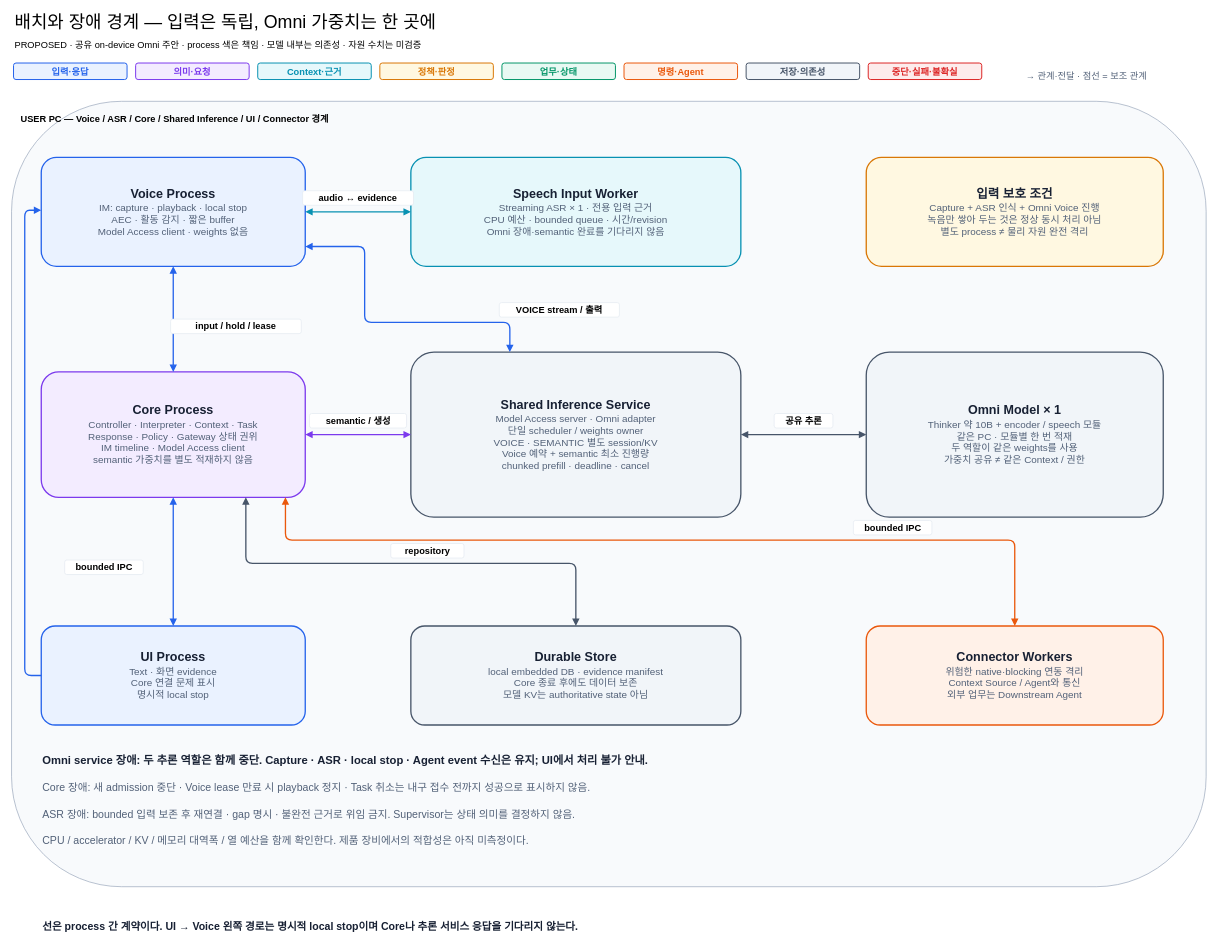
Before: docs/architecture/12-decisions/target-architecture/diagrams/06-runtime-and-fault-boundaries.drawio in cbyche/via-sw-architecture, a draw.io diagram. Source tidied: cells renumbered, new cells numbered last; positions are measured from the earlier drawing's top-left corner, leaving out a move shared by most shapes. Both pictures are drawn from the tidied source at 66%, with x=0, y=0 at pixel (11, 12).
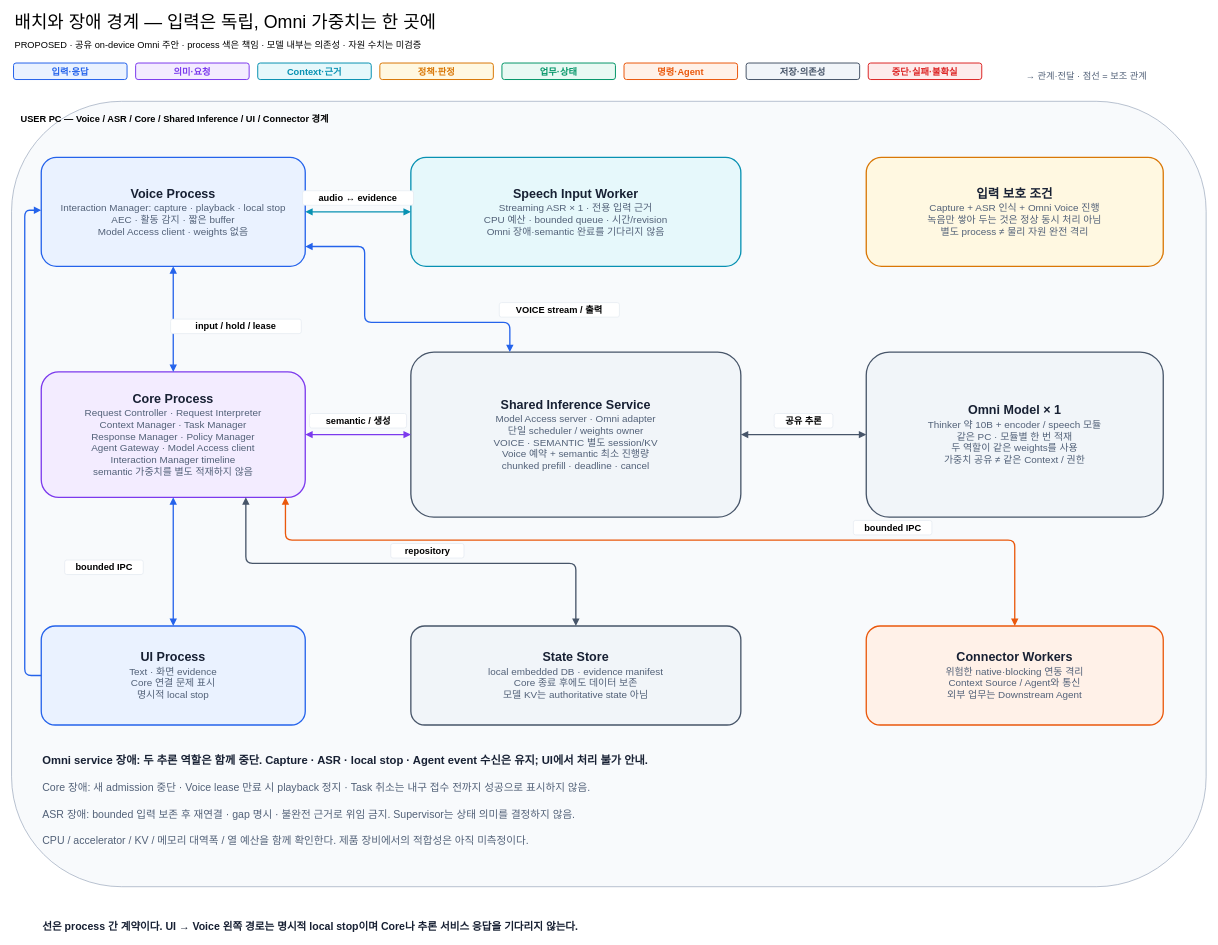
The same diagram, later.

Diff of the diagram source:
```diff
@@
-    <mxCell id="3" value="&lt;div style='font-size:19px;font-weight:bold'&gt;Voice Process&lt;/div&gt;&lt;div style='font-size:15px;color:#526178'&gt;IM: capture · playback · local stop&lt;/div&gt;&lt;div style='font-size:15px;color:#526178'&gt;AEC · 활동 감지 · 짧은 buffer&lt;/div&gt;&lt;div style='font-size:15px;color:#526178'&gt;Model Access client · weights 없음&lt;/div&gt;" style="shape=rectangle;rounded=1;whiteSpace=wrap;html=1;fillColor=#EAF2FF;strokeColor=#2563EB;strokeWidth=2;fontColor=#172033;dashed=0;arcSize=14;spacing=10;" parent="1" vertex="1">
+    <mxCell id="3" value="&lt;div style='font-size:19px;font-weight:bold'&gt;Voice Process&lt;/div&gt;&lt;div style='font-size:15px;color:#526178'&gt;Interaction Manager: capture · playback · local stop&lt;/div&gt;&lt;div style='font-size:15px;color:#526178'&gt;AEC · 활동 감지 · 짧은 buffer&lt;/div&gt;&lt;div style='font-size:15px;color:#526178'&gt;Model Access client · weights 없음&lt;/div&gt;" style="shape=rectangle;rounded=1;whiteSpace=wrap;html=1;fillColor=#EAF2FF;strokeColor=#2563EB;strokeWidth=2;fontColor=#172033;dashed=0;arcSize=14;spacing=10;" parent="1" vertex="1">
       <mxGeometry x="45" y="220" width="400" height="165" as="geometry" />
     </mxCell>
@@
-    <mxCell id="6" value="&lt;div style='font-size:19px;font-weight:bold'&gt;Core Process&lt;/div&gt;&lt;div style='font-size:15px;color:#526178'&gt;Controller · Interpreter · Context · Task&lt;/div&gt;&lt;div style='font-size:15px;color:#526178'&gt;Response · Policy · Gateway 상태 권위&lt;/div&gt;&lt;div style='font-size:15px;color:#526178'&gt;IM timeline · Model Access client&lt;/div&gt;&lt;div style='font-size:15px;color:#526178'&gt;semantic 가중치를 별도 적재하지 않음&lt;/div&gt;" style="shape=rectangle;rounded=1;whiteSpace=wrap;html=1;fillColor=#F3ECFF;strokeColor=#7C3AED;strokeWidth=2;fontColor=#172033;dashed=0;arcSize=14;spacing=10;" parent="1" vertex="1">
+    <mxCell id="6" value="&lt;div style='font-size:19px;font-weight:bold'&gt;Core Process&lt;/div&gt;&lt;div style='font-size:15px;color:#526178'&gt;Request Controller · Request Interpreter&lt;/div&gt;&lt;div style='font-size:15px;color:#526178'&gt;Context Manager · Task Manager&lt;/div&gt;&lt;div style='font-size:15px;color:#526178'&gt;Response Manager · Policy Manager&lt;/div&gt;&lt;div style='font-size:15px;color:#526178'&gt;Agent Gateway · Model Access client&lt;/div&gt;&lt;div style='font-size:15px;color:#526178'&gt;Interaction Manager timeline&lt;/div&gt;&lt;div style='font-size:15px;color:#526178'&gt;semantic 가중치를 별도 적재하지 않음&lt;/div&gt;" style="shape=rectangle;rounded=1;whiteSpace=wrap;html=1;fillColor=#F3ECFF;strokeColor=#7C3AED;strokeWidth=2;fontColor=#172033;dashed=0;arcSize=14;spacing=10;" parent="1" vertex="1">
       <mxGeometry x="45" y="545" width="400" height="190" as="geometry" />
     </mxCell>
@@
-    <mxCell id="10" value="&lt;div style='font-size:19px;font-weight:bold'&gt;Durable Store&lt;/div&gt;&lt;div style='font-size:15px;color:#526178'&gt;local embedded DB · evidence manifest&lt;/div&gt;&lt;div style='font-size:15px;color:#526178'&gt;Core 종료 후에도 데이터 보존&lt;/div&gt;&lt;div style='font-size:15px;color:#526178'&gt;모델 KV는 authoritative state 아님&lt;/div&gt;" style="shape=rectangle;rounded=1;whiteSpace=wrap;html=1;fillColor=#F1F5F9;strokeColor=#475569;strokeWidth=2;fontColor=#172033;dashed=0;arcSize=14;spacing=10;" parent="1" vertex="1">
+    <mxCell id="10" value="&lt;div style='font-size:19px;font-weight:bold'&gt;State Store&lt;/div&gt;&lt;div style='font-size:15px;color:#526178'&gt;local embedded DB · evidence manifest&lt;/div&gt;&lt;div style='font-size:15px;color:#526178'&gt;Core 종료 후에도 데이터 보존&lt;/div&gt;&lt;div style='font-size:15px;color:#526178'&gt;모델 KV는 authoritative state 아님&lt;/div&gt;" style="shape=rectangle;rounded=1;whiteSpace=wrap;html=1;fillColor=#F1F5F9;strokeColor=#475569;strokeWidth=2;fontColor=#172033;dashed=0;arcSize=14;spacing=10;" parent="1" vertex="1">
       <mxGeometry x="605" y="930" width="500" height="150" as="geometry" />
     </mxCell>
```
